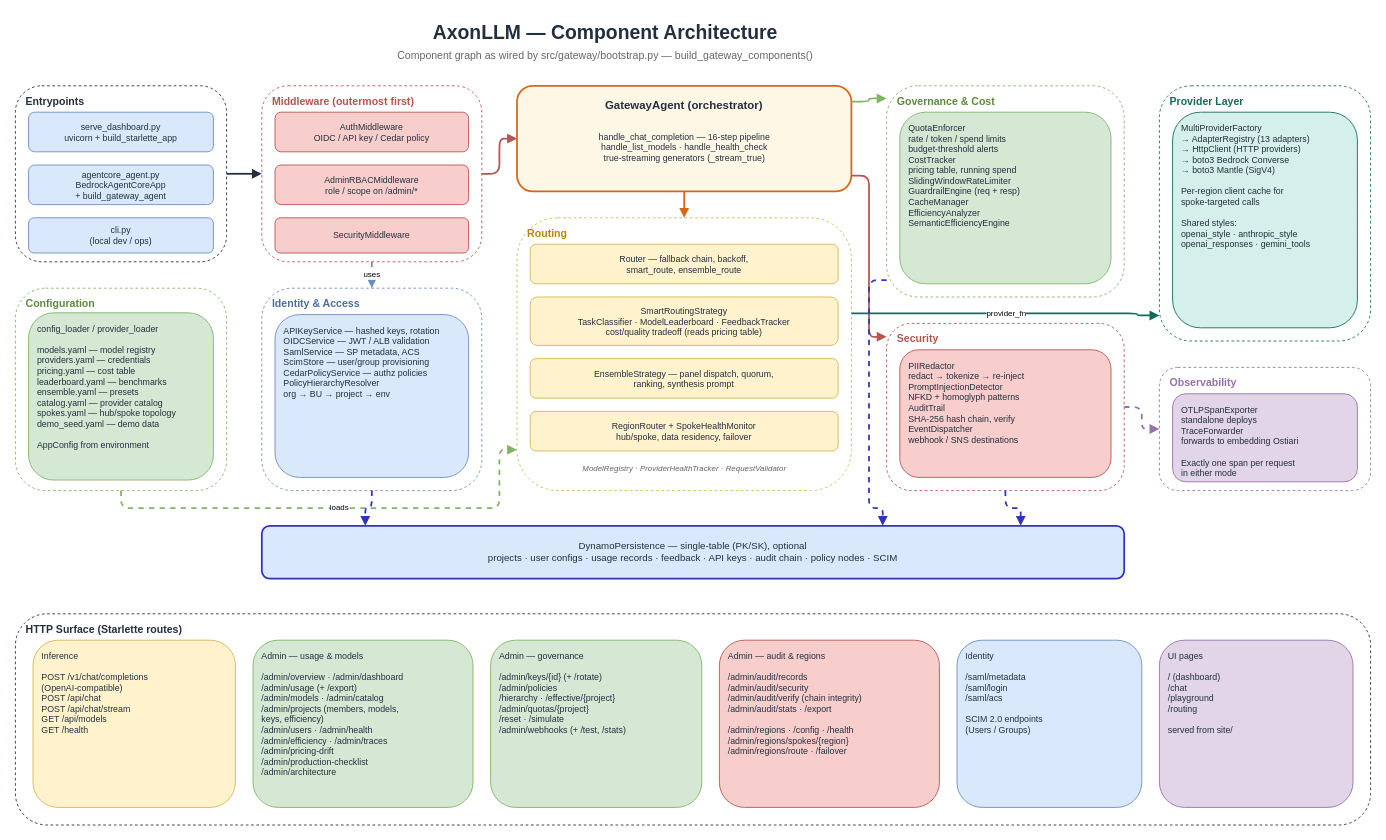
Above: page "Component Architecture" (3 of 3) of docs/architecture.drawio in hk-775/axonllm (draw.io), before the change. Source tidied: cells renumbered, new cells numbered last; positions are measured from the earlier drawing's top-left corner, leaving out a move shared by most shapes. Both pictures are drawn from the tidied source at 88%, with x=0, y=0 at pixel (15, 15).
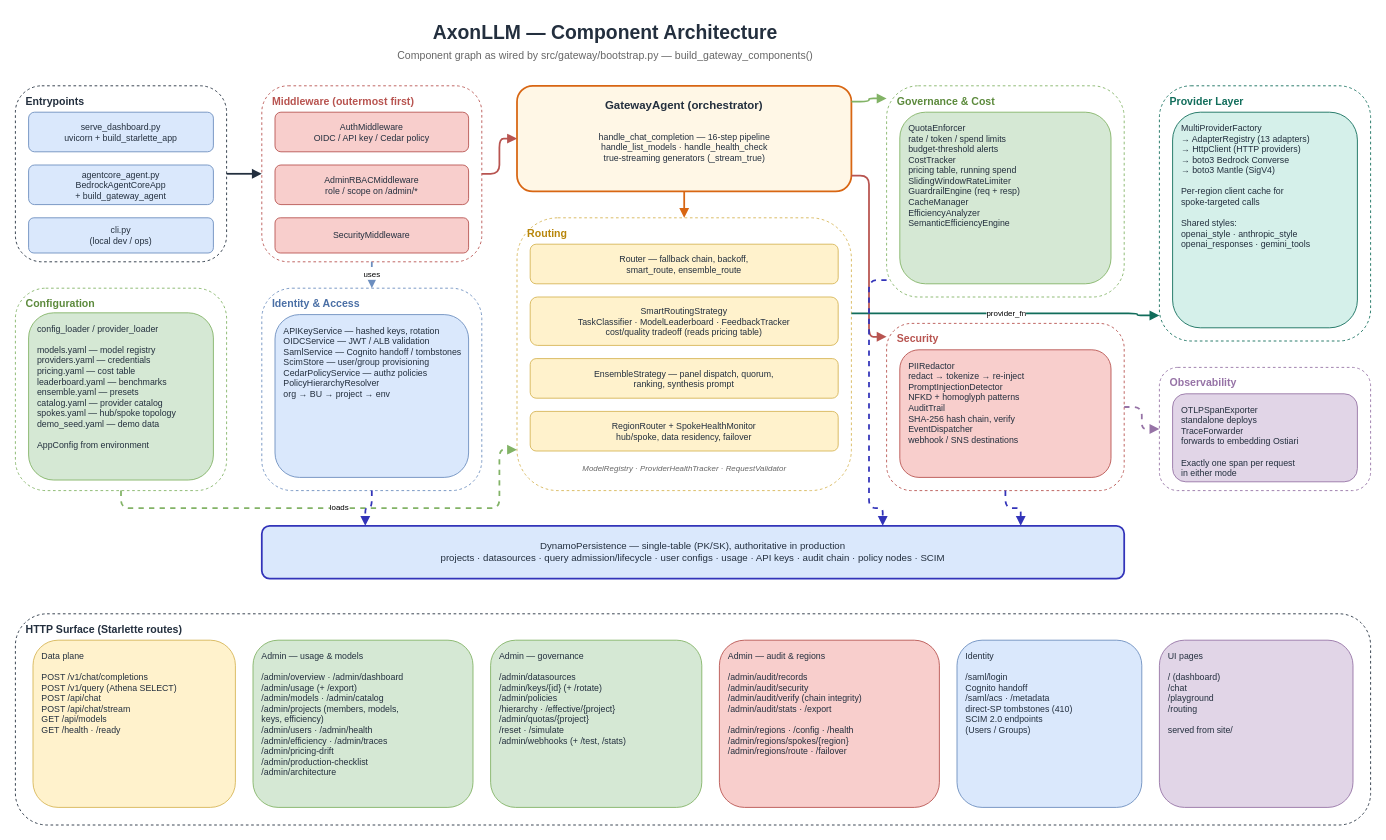
Above is the later version.

The edit, as a diff of the source:
```diff
@@
-    <mxCell id="15" value="APIKeyService — hashed keys, rotation&#10;OIDCService — JWT / ALB validation&#10;SamlService — SP metadata, ACS&#10;ScimStore — user/group provisioning&#10;CedarPolicyService — authz policies&#10;PolicyHierarchyResolver&#10;  org → BU → project → env" style="rounded=1;whiteSpace=wrap;html=1;fillColor=#dae8fc;strokeColor=#6c8ebf;fontSize=10;align=left;verticalAlign=top;spacingLeft=8;spacingTop=6;fontColor=#232F3E;" parent="1" vertex="1">
+    <mxCell id="15" value="APIKeyService — hashed keys, rotation&#10;OIDCService — JWT / ALB validation&#10;SamlService — Cognito handoff / tombstones&#10;ScimStore — user/group provisioning&#10;CedarPolicyService — authz policies&#10;PolicyHierarchyResolver&#10;  org → BU → project → env" style="rounded=1;whiteSpace=wrap;html=1;fillColor=#dae8fc;strokeColor=#6c8ebf;fontSize=10;align=left;verticalAlign=top;spacingLeft=8;spacingTop=6;fontColor=#232F3E;" parent="1" vertex="1">
       <mxGeometry x="295" y="340" width="220" height="185" as="geometry" />
     </mxCell>
@@
-    <mxCell id="32" value="DynamoPersistence — single-table (PK/SK), optional&#10;projects · user configs · usage records · feedback · API keys · audit chain · policy nodes · SCIM" style="rounded=1;whiteSpace=wrap;html=1;fillColor=#dae8fc;strokeColor=#3334B9;fontSize=11;align=center;verticalAlign=middle;fontColor=#232F3E;strokeWidth=2;" parent="1" vertex="1">
+    <mxCell id="32" value="DynamoPersistence — single-table (PK/SK), authoritative in production&#10;projects · datasources · query admission/lifecycle · user configs · usage · API keys · audit chain · policy nodes · SCIM" style="rounded=1;whiteSpace=wrap;html=1;fillColor=#dae8fc;strokeColor=#3334B9;fontSize=11;align=center;verticalAlign=middle;fontColor=#232F3E;strokeWidth=2;" parent="1" vertex="1">
       <mxGeometry x="280" y="580" width="980" height="60" as="geometry" />
     </mxCell>
@@
-    <mxCell id="34" value="Inference&#10;&#10;POST /v1/chat/completions&#10;  (OpenAI-compatible)&#10;POST /api/chat&#10;POST /api/chat/stream&#10;GET  /api/models&#10;GET  /health" style="rounded=1;whiteSpace=wrap;html=1;fillColor=#fff2cc;strokeColor=#d6b656;fontSize=10;align=left;verticalAlign=top;spacingLeft=8;spacingTop=6;fontColor=#232F3E;" parent="1" vertex="1">
+    <mxCell id="34" value="Data plane&#10;&#10;POST /v1/chat/completions&#10;POST /v1/query (Athena SELECT)&#10;POST /api/chat&#10;POST /api/chat/stream&#10;GET  /api/models&#10;GET  /health · /ready" style="rounded=1;whiteSpace=wrap;html=1;fillColor=#fff2cc;strokeColor=#d6b656;fontSize=10;align=left;verticalAlign=top;spacingLeft=8;spacingTop=6;fontColor=#232F3E;" parent="1" vertex="1">
       <mxGeometry x="20" y="710" width="230" height="190" as="geometry" />
     </mxCell>
@@
-    <mxCell id="36" value="Admin — governance&#10;&#10;/admin/keys/{id} (+ /rotate)&#10;/admin/policies&#10;  /hierarchy · /effective/{project}&#10;/admin/quotas/{project}&#10;  /reset · /simulate&#10;/admin/webhooks (+ /test, /stats)" style="rounded=1;whiteSpace=wrap;html=1;fillColor=#d5e8d4;strokeColor=#82b366;fontSize=10;align=left;verticalAlign=top;spacingLeft=8;spacingTop=6;fontColor=#232F3E;" parent="1" vertex="1">
+    <mxCell id="36" value="Admin — governance&#10;&#10;/admin/datasources&#10;/admin/keys/{id} (+ /rotate)&#10;/admin/policies&#10;  /hierarchy · /effective/{project}&#10;/admin/quotas/{project}&#10;  /reset · /simulate&#10;/admin/webhooks (+ /test, /stats)" style="rounded=1;whiteSpace=wrap;html=1;fillColor=#d5e8d4;strokeColor=#82b366;fontSize=10;align=left;verticalAlign=top;spacingLeft=8;spacingTop=6;fontColor=#232F3E;" parent="1" vertex="1">
       <mxGeometry x="540" y="710" width="240" height="190" as="geometry" />
     </mxCell>
@@
-    <mxCell id="38" value="Identity&#10;&#10;/saml/metadata&#10;/saml/login&#10;/saml/acs&#10;&#10;SCIM 2.0 endpoints&#10;  (Users / Groups)" style="rounded=1;whiteSpace=wrap;html=1;fillColor=#dae8fc;strokeColor=#6c8ebf;fontSize=10;align=left;verticalAlign=top;spacingLeft=8;spacingTop=6;fontColor=#232F3E;" parent="1" vertex="1">
+    <mxCell id="38" value="Identity&#10;&#10;/saml/login&#10;  Cognito handoff&#10;/saml/acs · /metadata&#10;  direct-SP tombstones (410)&#10;SCIM 2.0 endpoints&#10;  (Users / Groups)" style="rounded=1;whiteSpace=wrap;html=1;fillColor=#dae8fc;strokeColor=#6c8ebf;fontSize=10;align=left;verticalAlign=top;spacingLeft=8;spacingTop=6;fontColor=#232F3E;" parent="1" vertex="1">
       <mxGeometry x="1070" y="710" width="210" height="190" as="geometry" />
     </mxCell>
```
